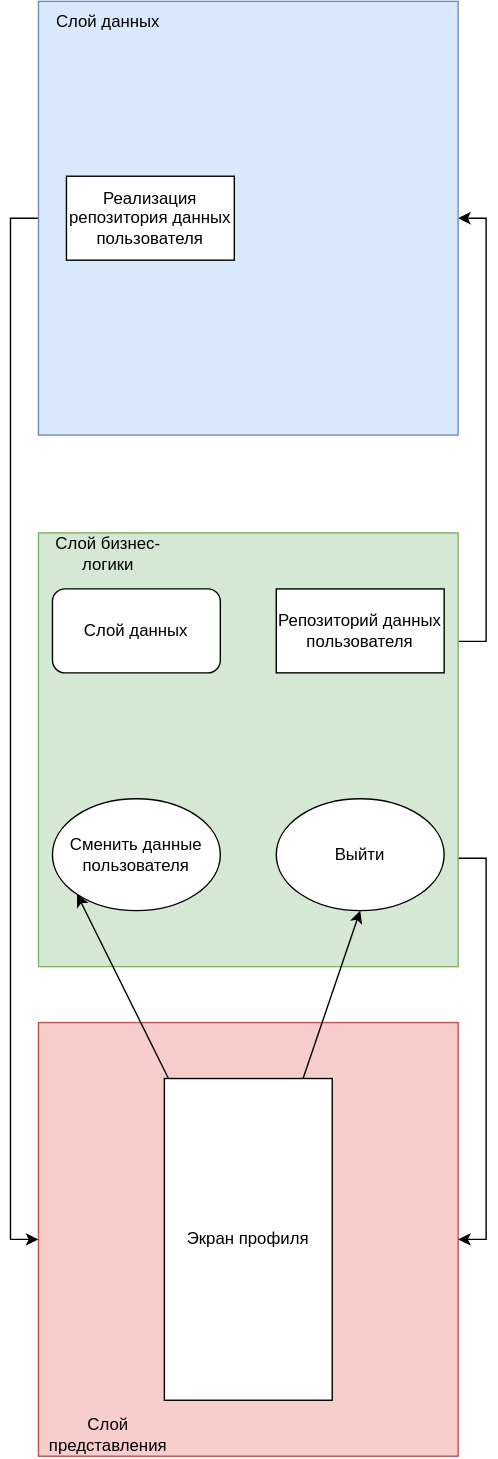
This is graphs/profile.svg from AkvaLin/iES, a draw.io export, as it was before one commit. Source tidied: cells renumbered, new cells last; positions are measured from the earlier drawing's top-left corner, leaving out a move shared by most shapes.
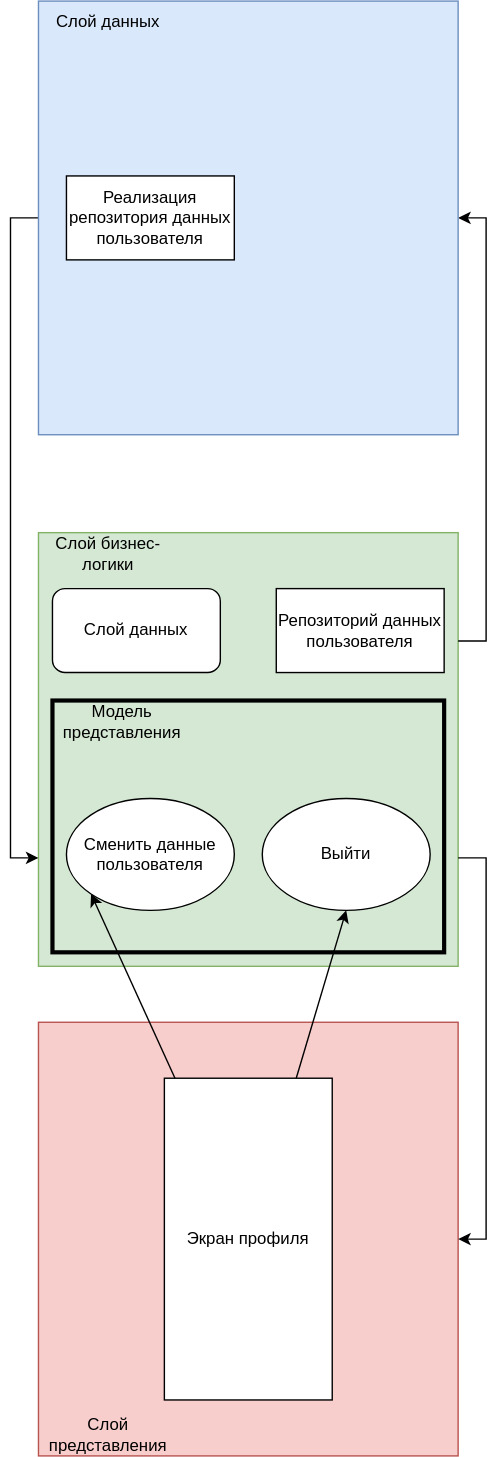
The same diagram one commit later.

What changed in the source:
```diff
@@ -2,6 +2,12 @@
   <root>
     <mxCell id="0" />
     <mxCell id="1" parent="0" />
+    <mxCell id="5" style="rounded=0;whiteSpace=wrap;html=1;fillColor=#d5e8d4;strokeColor=#82b366;fillStyle=auto;" parent="1" vertex="1">
+      <mxGeometry y="380" width="300" height="310" as="geometry" />
+    </mxCell>
+    <mxCell id="19" style="rounded=0;whiteSpace=wrap;html=1;fillColor=none;strokeWidth=3;" parent="1" vertex="1">
+      <mxGeometry x="10" y="500" width="280" height="180" as="geometry" />
+    </mxCell>
     <mxCell id="2" style="rounded=0;whiteSpace=wrap;html=1;fillColor=#f8cecc;strokeColor=#b85450;" parent="1" vertex="1">
       <mxGeometry y="730" width="300" height="310" as="geometry" />
     </mxCell>
@@ -11,9 +17,6 @@
     <mxCell id="4" style="edgeStyle=orthogonalEdgeStyle;rounded=0;jettySize=auto;html=1;exitX=1;exitY=0.75;exitDx=0;exitDy=0;entryX=1;entryY=0.5;entryDx=0;entryDy=0;" parent="1" edge="1" source="5" target="2">
       <mxGeometry relative="1" as="geometry" />
     </mxCell>
-    <mxCell id="5" style="rounded=0;whiteSpace=wrap;html=1;fillColor=#d5e8d4;strokeColor=#82b366;fillStyle=auto;" parent="1" vertex="1">
-      <mxGeometry y="380" width="300" height="310" as="geometry" />
-    </mxCell>
     <mxCell id="6" value="Слой представления" style="text;html=1;align=center;verticalAlign=middle;whiteSpace=wrap;rounded=0;" parent="1" vertex="1">
       <mxGeometry y="1010" width="100" height="30" as="geometry" />
     </mxCell>
@@ -23,7 +26,7 @@
     <mxCell id="8" value="Слой данных" style="rounded=1;whiteSpace=wrap;html=1;" parent="1" vertex="1">
       <mxGeometry x="10" y="420" width="120" height="60" as="geometry" />
     </mxCell>
-    <mxCell id="9" style="edgeStyle=orthogonalEdgeStyle;rounded=0;jettySize=auto;html=1;exitX=0;exitY=0.5;exitDx=0;exitDy=0;entryX=0;entryY=0.5;entryDx=0;entryDy=0;" parent="1" edge="1" source="10" target="2">
+    <mxCell id="9" style="edgeStyle=orthogonalEdgeStyle;rounded=0;jettySize=auto;html=1;exitX=0;exitY=0.5;exitDx=0;exitDy=0;entryX=0;entryY=0.75;entryDx=0;entryDy=0;" parent="1" edge="1" source="10" target="5">
       <mxGeometry relative="1" as="geometry" />
     </mxCell>
     <mxCell id="10" style="rounded=0;whiteSpace=wrap;html=1;fillColor=#dae8fc;strokeColor=#6c8ebf;fillStyle=auto;" parent="1" vertex="1">
@@ -48,10 +51,13 @@
       <mxGeometry x="90" y="770" width="120" height="230" as="geometry" />
     </mxCell>
     <mxCell id="17" value="Выйти" style="ellipse;whiteSpace=wrap;html=1;" parent="1" vertex="1">
-      <mxGeometry x="170" y="570" width="120" height="80" as="geometry" />
+      <mxGeometry x="160" y="570" width="120" height="80" as="geometry" />
     </mxCell>
     <mxCell id="18" value="Сменить данные пользователя" style="ellipse;whiteSpace=wrap;html=1;" parent="1" vertex="1">
-      <mxGeometry x="10" y="570" width="120" height="80" as="geometry" />
+      <mxGeometry x="20" y="570" width="120" height="80" as="geometry" />
     </mxCell>
+    <mxCell id="20" value="Модель представления" style="text;html=1;align=center;verticalAlign=middle;whiteSpace=wrap;rounded=0;" parent="1" vertex="1">
+      <mxGeometry x="10" y="500" width="100" height="30" as="geometry" />
+    </mxCell>
   </root>
 </mxGraphModel>
```
